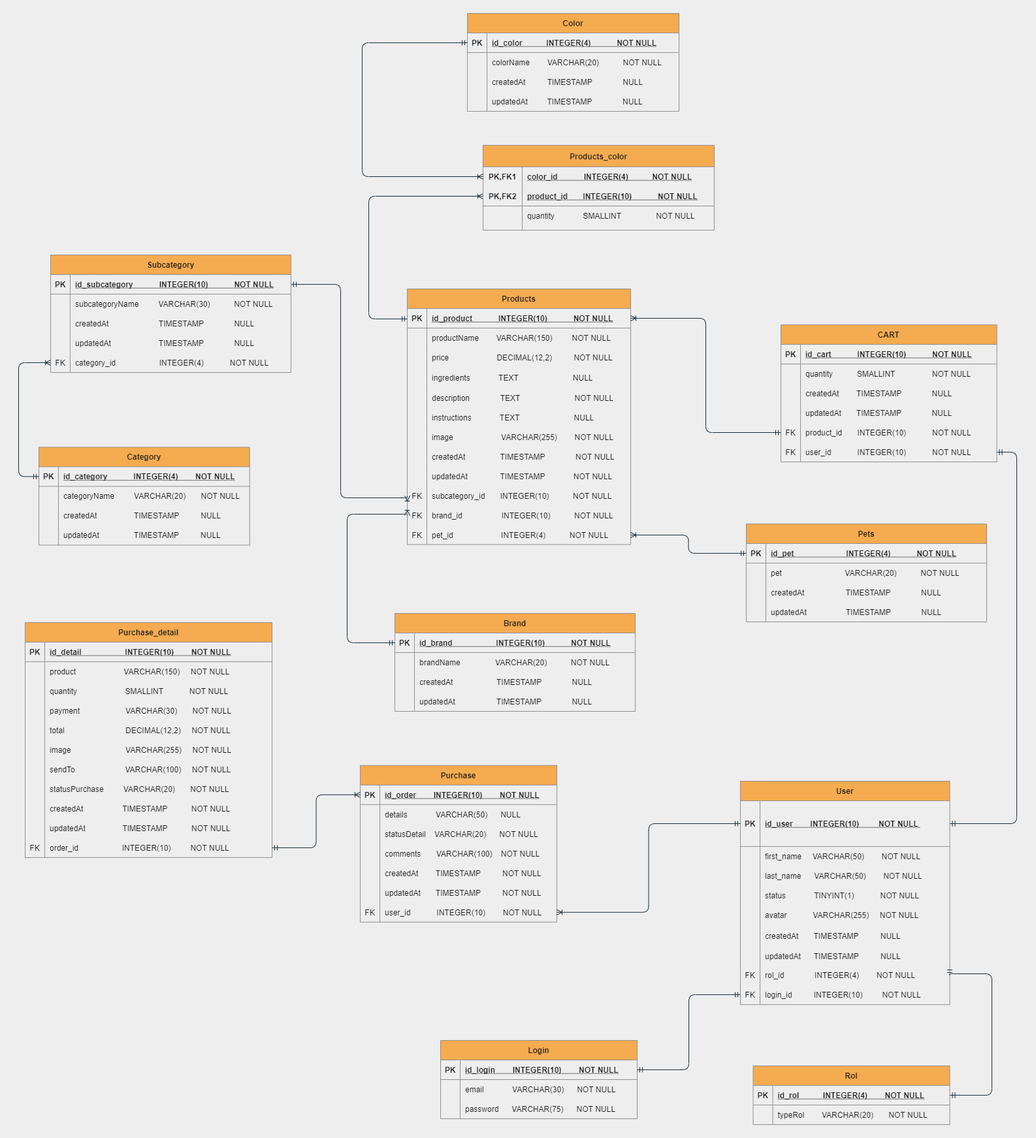
Earlier version of the draw.io export Base de Datos/Diagramas/DER - PetItMx-Modelo Físico.png (diego200052/grupo_01_petitmx). Source tidied: cells renumbered, new cells last; positions are measured from the earlier drawing's top-left corner, leaving out a move shared by most shapes.
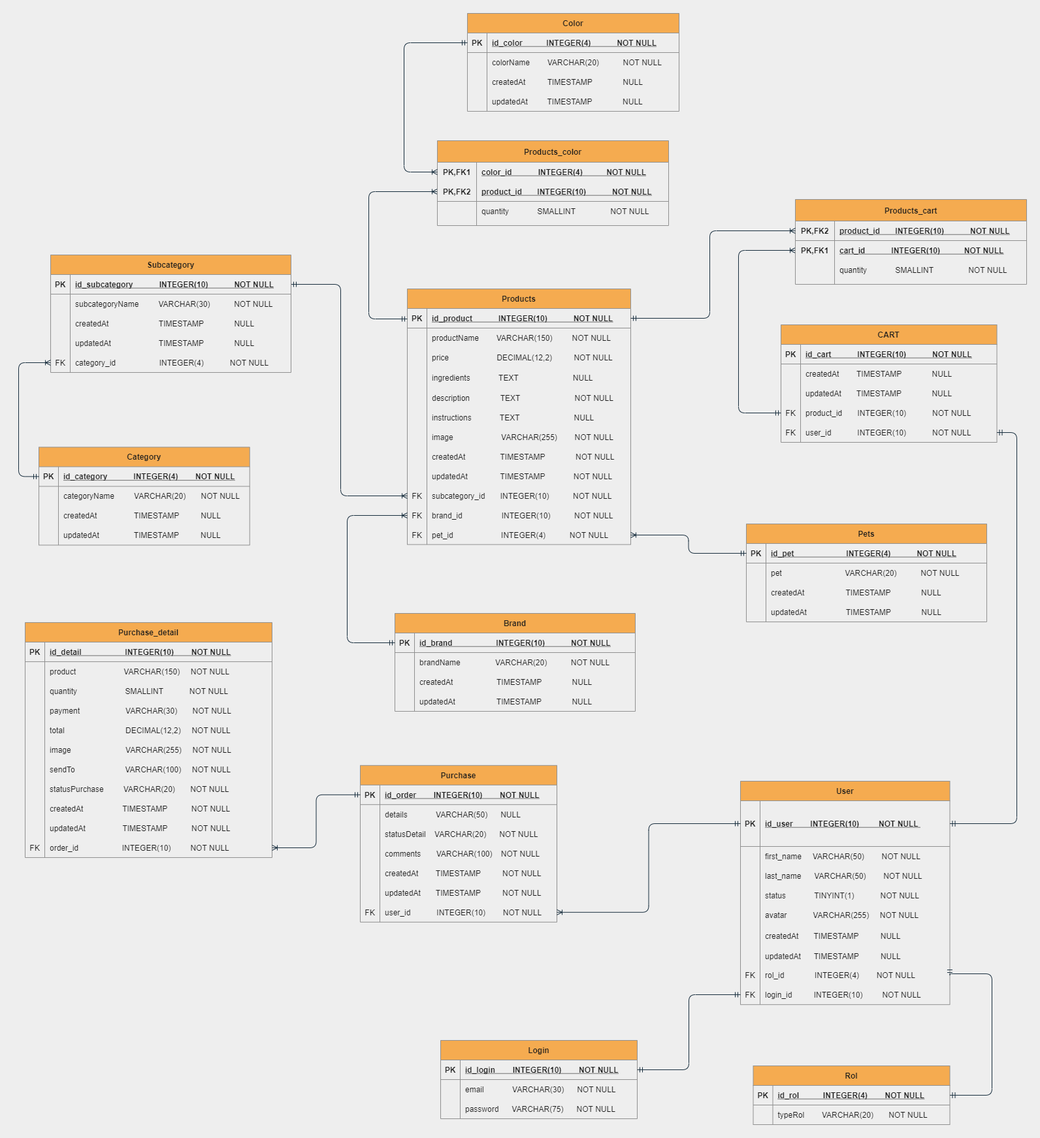
The same diagram one commit later.

The edit, as a diff of the source:
```diff
@@ -87,7 +87,7 @@
       <mxGeometry x="30" width="290.5" height="30" as="geometry" />
     </mxCell>
     <mxCell id="30" value="CART" style="shape=table;startSize=30;rowLines=0;fontStyle=1;align=center;fillColor=#F5AB50;strokeColor=#909090;fontColor=#1A1A1A;" parent="1" vertex="1">
-      <mxGeometry x="1167" y="477" width="330.5" height="210" as="geometry" />
+      <mxGeometry x="1167" y="477" width="330.5" height="180" as="geometry" />
     </mxCell>
     <mxCell id="31" style="shape=partialRectangle;fillColor=none;top=0;left=0;bottom=1;right=0;strokeColor=#909090;fontColor=#1A1A1A;" parent="30" vertex="1">
       <mxGeometry y="30" width="330.5" height="30" as="geometry" />
@@ -98,17 +98,8 @@
     <mxCell id="33" value="id_cart            INTEGER(10)            NOT NULL" style="shape=partialRectangle;fillColor=none;top=0;left=0;bottom=0;right=0;align=left;spacingLeft=6;fontStyle=5;overflow=hidden;strokeColor=#909090;fontColor=#1A1A1A;" parent="31" vertex="1">
       <mxGeometry x="30" width="300.5" height="30" as="geometry" />
     </mxCell>
-    <mxCell id="34" style="shape=partialRectangle;fillColor=none;top=0;left=0;bottom=0;right=0;strokeColor=#909090;fontColor=#1A1A1A;" parent="30" vertex="1">
-      <mxGeometry y="60" width="330.5" height="30" as="geometry" />
-    </mxCell>
-    <mxCell id="35" style="shape=partialRectangle;fillColor=none;top=0;left=0;bottom=0;right=0;overflow=hidden;strokeColor=#909090;fontColor=#1A1A1A;" parent="34" vertex="1">
-      <mxGeometry width="30" height="30" as="geometry" />
-    </mxCell>
-    <mxCell id="36" value="quantity           SMALLINT                 NOT NULL" style="shape=partialRectangle;fillColor=none;top=0;left=0;bottom=0;right=0;align=left;spacingLeft=6;overflow=hidden;strokeColor=#909090;fontColor=#1A1A1A;" parent="34" vertex="1">
-      <mxGeometry x="30" width="300.5" height="30" as="geometry" />
-    </mxCell>
     <mxCell id="37" style="shape=partialRectangle;fillColor=none;top=0;left=0;bottom=0;right=0;strokeColor=#909090;fontColor=#1A1A1A;" parent="30" vertex="1">
-      <mxGeometry y="90" width="330.5" height="30" as="geometry" />
+      <mxGeometry y="60" width="330.5" height="30" as="geometry" />
     </mxCell>
     <mxCell id="38" style="shape=partialRectangle;fillColor=none;top=0;left=0;bottom=0;right=0;overflow=hidden;strokeColor=#909090;fontColor=#1A1A1A;" parent="37" vertex="1">
       <mxGeometry width="30" height="30" as="geometry" />
@@ -117,7 +108,7 @@
       <mxGeometry x="30" width="300.5" height="30" as="geometry" />
     </mxCell>
     <mxCell id="40" style="shape=partialRectangle;fillColor=none;top=0;left=0;bottom=0;right=0;strokeColor=#909090;fontColor=#1A1A1A;" parent="30" vertex="1">
-      <mxGeometry y="120" width="330.5" height="30" as="geometry" />
+      <mxGeometry y="90" width="330.5" height="30" as="geometry" />
     </mxCell>
     <mxCell id="41" style="shape=partialRectangle;fillColor=none;top=0;left=0;bottom=0;right=0;overflow=hidden;strokeColor=#909090;fontColor=#1A1A1A;" parent="40" vertex="1">
       <mxGeometry width="30" height="30" as="geometry" />
@@ -126,7 +117,7 @@
       <mxGeometry x="30" width="300.5" height="30" as="geometry" />
     </mxCell>
     <mxCell id="43" style="shape=partialRectangle;fillColor=none;top=0;left=0;bottom=0;right=0;points=[[0,0.5],[1,0.5]];portConstraint=eastwest;strokeColor=#909090;fontColor=#1A1A1A;" parent="30" vertex="1">
-      <mxGeometry y="150" width="330.5" height="30" as="geometry" />
+      <mxGeometry y="120" width="330.5" height="30" as="geometry" />
     </mxCell>
     <mxCell id="44" value="FK" style="shape=partialRectangle;fillColor=none;top=0;left=0;bottom=0;right=0;fontStyle=0;overflow=hidden;strokeColor=#909090;fontColor=#1A1A1A;" parent="43" vertex="1">
       <mxGeometry width="30" height="30" as="geometry" />
@@ -135,7 +126,7 @@
       <mxGeometry x="30" width="300.5" height="30" as="geometry" />
     </mxCell>
     <mxCell id="46" style="shape=partialRectangle;fillColor=none;top=0;left=0;bottom=0;right=0;points=[[0,0.5],[1,0.5]];portConstraint=eastwest;strokeColor=#909090;fontColor=#1A1A1A;" parent="30" vertex="1">
-      <mxGeometry y="180" width="330.5" height="30" as="geometry" />
+      <mxGeometry y="150" width="330.5" height="30" as="geometry" />
     </mxCell>
     <mxCell id="47" value="FK" style="shape=partialRectangle;fillColor=none;top=0;left=0;bottom=0;right=0;fontStyle=0;overflow=hidden;strokeColor=#909090;fontColor=#1A1A1A;" parent="46" vertex="1">
       <mxGeometry width="30" height="30" as="geometry" />
@@ -147,7 +138,7 @@
       <mxGeometry x="-1441" y="341" as="geometry">
         <Array as="points">
           <mxPoint x="1528" y="1241" />
-          <mxPoint x="1528" y="672" />
+          <mxPoint x="1528" y="642" />
         </Array>
       </mxGeometry>
     </mxCell>
@@ -262,8 +253,13 @@
     <mxCell id="86" value="pet_id                      INTEGER(4)           NOT NULL" style="shape=partialRectangle;fillColor=none;top=0;left=0;bottom=0;right=0;align=left;spacingLeft=6;overflow=hidden;strokeColor=#909090;fontColor=#1A1A1A;" parent="84" vertex="1">
       <mxGeometry x="30" width="312" height="30" as="geometry" />
     </mxCell>
-    <mxCell id="87" style="edgeStyle=orthogonalEdgeStyle;fontSize=12;html=1;endArrow=ERoneToMany;startArrow=ERmandOne;entryX=1;entryY=0.5;entryDx=0;entryDy=0;exitX=0;exitY=0.5;exitDx=0;exitDy=0;strokeColor=#182E3E;fontColor=#1A1A1A;labelBackgroundColor=#EEEEEE;" parent="1" edge="1" source="43" target="51">
-      <mxGeometry x="-1441" y="341" as="geometry" />
+    <mxCell id="87" style="edgeStyle=orthogonalEdgeStyle;fontSize=12;html=1;endArrow=ERoneToMany;startArrow=ERmandOne;entryX=0;entryY=0.5;entryDx=0;entryDy=0;exitX=0;exitY=0.5;exitDx=0;exitDy=0;strokeColor=#182E3E;fontColor=#1A1A1A;labelBackgroundColor=#EEEEEE;" parent="1" edge="1" source="43" target="253">
+      <mxGeometry x="-1441" y="341" as="geometry">
+        <Array as="points">
+          <mxPoint x="1102" y="612" />
+          <mxPoint x="1102" y="363" />
+        </Array>
+      </mxGeometry>
     </mxCell>
     <mxCell id="88" value="Category" style="shape=table;startSize=30;rowLines=0;fontStyle=1;align=center;fillColor=#F5AB50;strokeColor=#909090;fontColor=#1A1A1A;" parent="1" vertex="1">
       <mxGeometry x="31" y="664.4" width="322.7" height="150" as="geometry" />
@@ -308,8 +304,7 @@
       <mxGeometry x="-1441" y="341" as="geometry">
         <Array as="points">
           <mxPoint x="493" y="415" />
-          <mxPoint x="493" y="742" />
-          <mxPoint x="595" y="742" />
+          <mxPoint x="493" y="739" />
         </Array>
       </mxGeometry>
     </mxCell>
@@ -540,7 +535,7 @@
     <mxCell id="175" value="order_id                     INTEGER(10)         NOT NULL" style="shape=partialRectangle;fillColor=none;top=0;left=0;bottom=0;right=0;align=left;spacingLeft=6;fontStyle=0;overflow=hidden;strokeColor=#909090;fontColor=#1A1A1A;" parent="173" vertex="1">
       <mxGeometry x="30" width="348" height="30" as="geometry" />
     </mxCell>
-    <mxCell id="176" style="edgeStyle=orthogonalEdgeStyle;fontSize=12;html=1;endArrow=ERoneToMany;startArrow=ERmandOne;fontColor=#1A1A1A;strokeColor=#182E3E;entryX=0;entryY=0.5;entryDx=0;entryDy=0;exitX=1;exitY=0.5;exitDx=0;exitDy=0;labelBackgroundColor=#EEEEEE;" parent="1" edge="1" source="173" target="120">
+    <mxCell id="176" style="edgeStyle=orthogonalEdgeStyle;fontSize=12;html=1;endArrow=ERoneToMany;startArrow=ERmandOne;fontColor=#1A1A1A;strokeColor=#182E3E;entryX=1;entryY=0.501;entryDx=0;entryDy=0;labelBackgroundColor=#EEEEEE;entryPerimeter=0;exitX=0;exitY=0.5;exitDx=0;exitDy=0;" parent="1" edge="1" source="120" target="173">
       <mxGeometry x="-1441" y="341" as="geometry" />
     </mxCell>
     <mxCell id="177" value="Color" style="shape=table;startSize=30;rowLines=0;fontStyle=1;align=center;rounded=0;sketch=0;fontColor=#1A1A1A;strokeColor=#909090;fillColor=#F5AB50;" parent="1" vertex="1">
@@ -586,7 +581,7 @@
       <mxGeometry x="-1431" y="351" as="geometry">
         <mxPoint x="595" y="468" as="targetPoint" />
         <Array as="points">
-          <mxPoint x="536" y="280" />
+          <mxPoint x="536" y="273" />
           <mxPoint x="536" y="468" />
         </Array>
       </mxGeometry>
@@ -634,7 +629,7 @@
       <mxGeometry x="-1431" y="351" as="geometry">
         <Array as="points">
           <mxPoint x="503" y="964" />
-          <mxPoint x="503" y="767" />
+          <mxPoint x="503" y="769" />
         </Array>
       </mxGeometry>
     </mxCell>
@@ -743,7 +738,7 @@
       </mxGeometry>
     </mxCell>
     <mxCell id="238" value="Products_color" style="shape=table;startSize=33;rowLines=0;fontStyle=1;align=center;fillColor=#F5AB50;strokeColor=#909090;fontColor=#1A1A1A;" parent="1" vertex="1">
-      <mxGeometry x="711" y="202" width="354" height="130" as="geometry" />
+      <mxGeometry x="641" y="195" width="354" height="130" as="geometry" />
     </mxCell>
     <mxCell id="239" style="shape=partialRectangle;fillColor=none;top=0;left=0;bottom=0;right=0;points=[[0,0.5],[1,0.5]];portConstraint=eastwest;strokeColor=#909090;fontColor=#1A1A1A;" parent="238" vertex="1">
       <mxGeometry y="33" width="354" height="30" as="geometry" />
@@ -775,10 +770,48 @@
     <mxCell id="248" style="edgeStyle=orthogonalEdgeStyle;fontSize=12;html=1;endArrow=ERmandOne;startArrow=ERoneToMany;strokeColor=#182E3E;fontColor=#1A1A1A;startFill=0;exitX=0;exitY=0.5;exitDx=0;exitDy=0;labelBackgroundColor=#EEEEEE;endFill=0;entryX=0;entryY=0.5;entryDx=0;entryDy=0;" parent="1" edge="1" source="239" target="178">
       <mxGeometry x="-1441" y="264" as="geometry">
         <Array as="points">
-          <mxPoint x="526" y="250" />
-          <mxPoint x="526" y="45" />
+          <mxPoint x="590" y="243" />
+          <mxPoint x="590" y="45" />
         </Array>
       </mxGeometry>
     </mxCell>
+    <mxCell id="249" value="Products_cart" style="shape=table;startSize=33;rowLines=0;fontStyle=1;align=center;fillColor=#F5AB50;strokeColor=#909090;fontColor=#1A1A1A;" parent="1" vertex="1">
+      <mxGeometry x="1189" y="285" width="354" height="130" as="geometry" />
+    </mxCell>
+    <mxCell id="250" style="shape=partialRectangle;fillColor=none;top=0;left=0;bottom=1;right=0;points=[[0,0.5],[1,0.5]];portConstraint=eastwest;strokeColor=#909090;fontColor=#1A1A1A;" parent="249" vertex="1">
+      <mxGeometry y="33" width="354" height="30" as="geometry" />
+    </mxCell>
+    <mxCell id="251" value="PK,FK2" style="shape=partialRectangle;fillColor=none;top=0;left=0;bottom=0;right=0;fontStyle=1;overflow=hidden;strokeColor=#909090;fontColor=#1A1A1A;" parent="250" vertex="1">
+      <mxGeometry width="60" height="30" as="geometry" />
+    </mxCell>
+    <mxCell id="252" value="product_id       INTEGER(10)            NOT NULL" style="shape=partialRectangle;fillColor=none;top=0;left=0;bottom=0;right=0;align=left;spacingLeft=6;fontStyle=5;overflow=hidden;strokeColor=#909090;fontColor=#1A1A1A;" parent="250" vertex="1">
+      <mxGeometry x="60" width="294" height="30" as="geometry" />
+    </mxCell>
+    <mxCell id="253" style="shape=partialRectangle;fillColor=none;top=0;left=0;bottom=0;right=0;points=[[0,0.5],[1,0.5]];portConstraint=eastwest;strokeColor=#909090;fontColor=#1A1A1A;" parent="249" vertex="1">
+      <mxGeometry y="63" width="354" height="30" as="geometry" />
+    </mxCell>
+    <mxCell id="254" value="PK,FK1" style="shape=partialRectangle;fillColor=none;top=0;left=0;bottom=0;right=0;fontStyle=1;overflow=hidden;strokeColor=#909090;fontColor=#1A1A1A;" parent="253" vertex="1">
+      <mxGeometry width="60" height="30" as="geometry" />
+    </mxCell>
+    <mxCell id="255" value="cart_id            INTEGER(10)           NOT NULL" style="shape=partialRectangle;fillColor=none;top=0;left=0;bottom=0;right=0;align=left;spacingLeft=6;fontStyle=5;overflow=hidden;strokeColor=#909090;fontColor=#1A1A1A;" parent="253" vertex="1">
+      <mxGeometry x="60" width="294" height="30" as="geometry" />
+    </mxCell>
+    <mxCell id="256" style="shape=partialRectangle;fillColor=none;top=0;left=0;bottom=0;right=0;strokeColor=#909090;fontColor=#1A1A1A;" parent="249" vertex="1">
+      <mxGeometry y="93" width="354" height="30" as="geometry" />
+    </mxCell>
+    <mxCell id="257" style="shape=partialRectangle;fillColor=none;top=0;left=0;bottom=0;right=0;overflow=hidden;strokeColor=#909090;fontColor=#1A1A1A;" parent="256" vertex="1">
+      <mxGeometry width="60" height="30" as="geometry" />
+    </mxCell>
+    <mxCell id="36" value="quantity             SMALLINT                 NOT NULL    " style="shape=partialRectangle;fillColor=none;top=0;left=0;bottom=0;right=0;align=left;spacingLeft=6;overflow=hidden;strokeColor=#909090;fontColor=#1A1A1A;" parent="256" vertex="1">
+      <mxGeometry x="60" width="294" height="30" as="geometry" />
+    </mxCell>
+    <mxCell id="258" style="edgeStyle=orthogonalEdgeStyle;fontSize=12;html=1;endArrow=ERoneToMany;startArrow=ERmandOne;entryX=0;entryY=0.5;entryDx=0;entryDy=0;exitX=1;exitY=0.5;exitDx=0;exitDy=0;strokeColor=#182E3E;fontColor=#1A1A1A;labelBackgroundColor=#EEEEEE;" parent="1" edge="1" source="51" target="250">
+      <mxGeometry x="-1431" y="351" as="geometry">
+        <Array as="points">
+          <mxPoint x="1058" y="467" />
+          <mxPoint x="1058" y="333" />
+        </Array>
+      </mxGeometry>
+    </mxCell>
   </root>
 </mxGraphModel>
```
